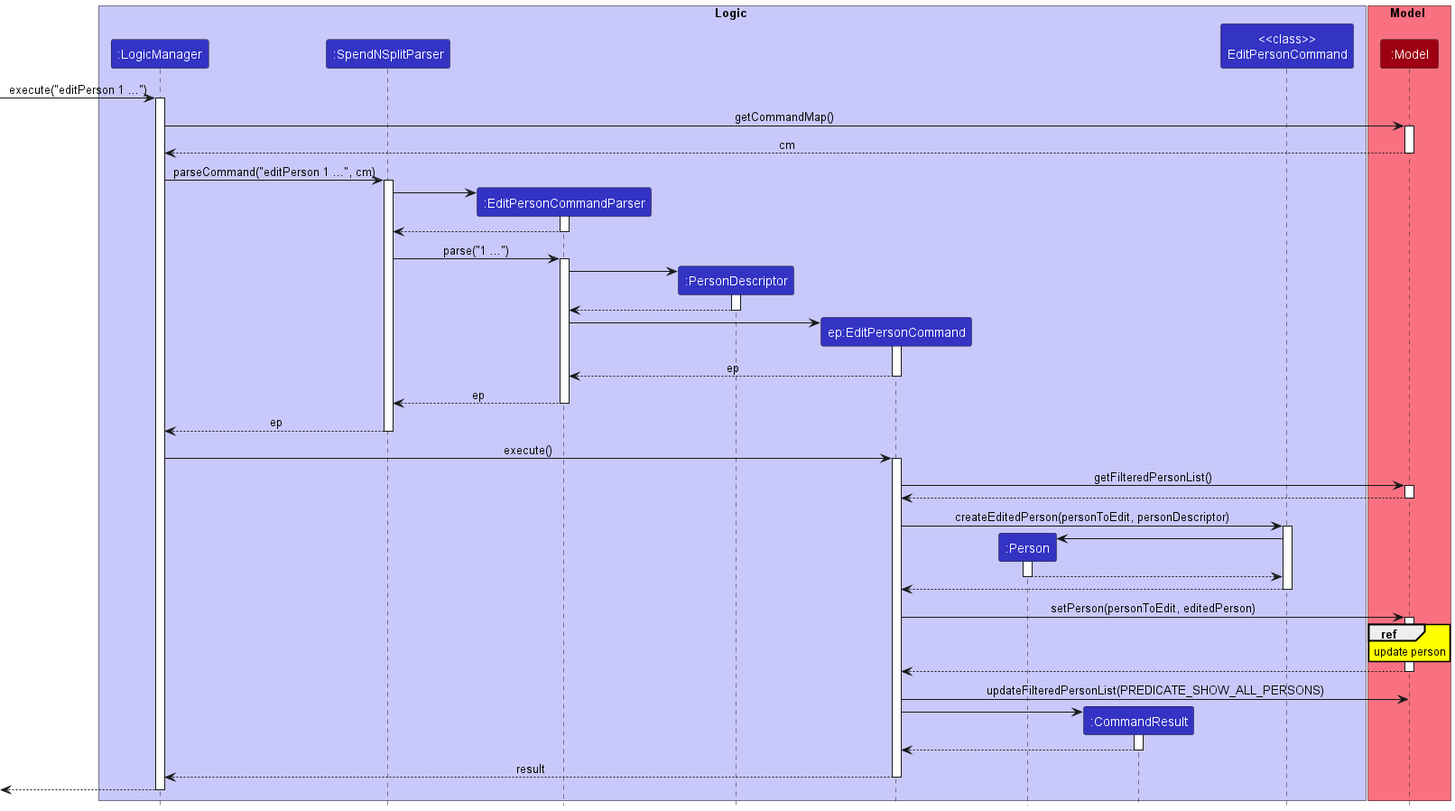
Above: docs/images/EditPersonSequenceDiagram.png in nus-cs2103-AY2324S1/tp (PlantUML), before the change.
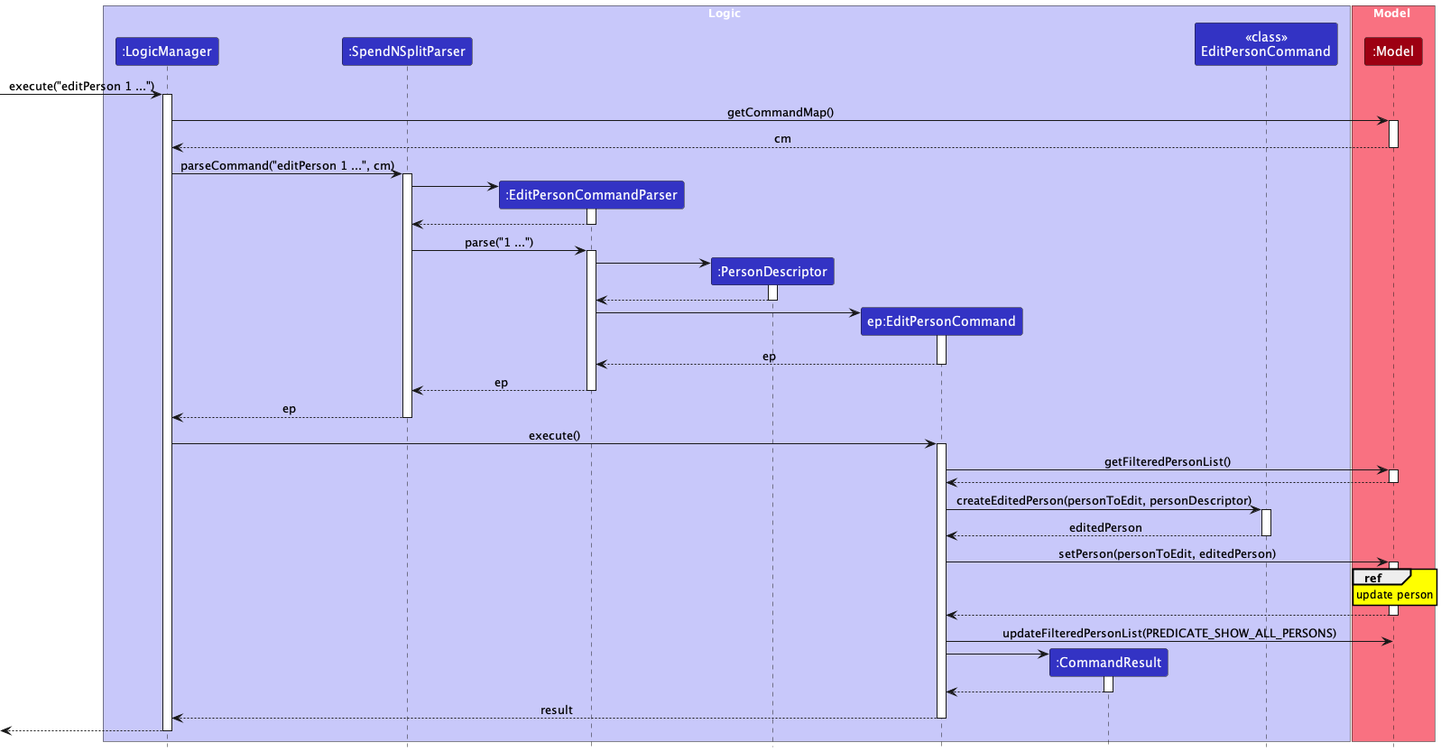
After the change.

Commit message:
Update editPersonCommand sequence diagram

Change to the diagram source:
```diff
@@ -9,7 +9,6 @@
 participant ":EditPersonCommandParser" as EditPersonCommandParser LOGIC_COLOR
 participant ":PersonDescriptor" as PersonDescriptor LOGIC_COLOR
 participant "ep:EditPersonCommand" as EditPersonCommand LOGIC_COLOR
-participant ":Person" as Person LOGIC_COLOR
 participant ":CommandResult" as CommandResult LOGIC_COLOR
 participant "<<class>>\nEditPersonCommand" as EditPersonCommandClass LOGIC_COLOR
 end box
@@ -71,14 +70,7 @@
 EditPersonCommand -> EditPersonCommandClass : createEditedPerson(personToEdit, personDescriptor)
 activate EditPersonCommandClass
 
-create Person
-EditPersonCommandClass -> Person
-activate Person
-
-Person --> EditPersonCommandClass
-deactivate Person
-
-EditPersonCommandClass --> EditPersonCommand
+EditPersonCommandClass --> EditPersonCommand : editedPerson
 deactivate EditPersonCommandClass
 
 EditPersonCommand -> Model : setPerson(personToEdit, editedPerson)
```
